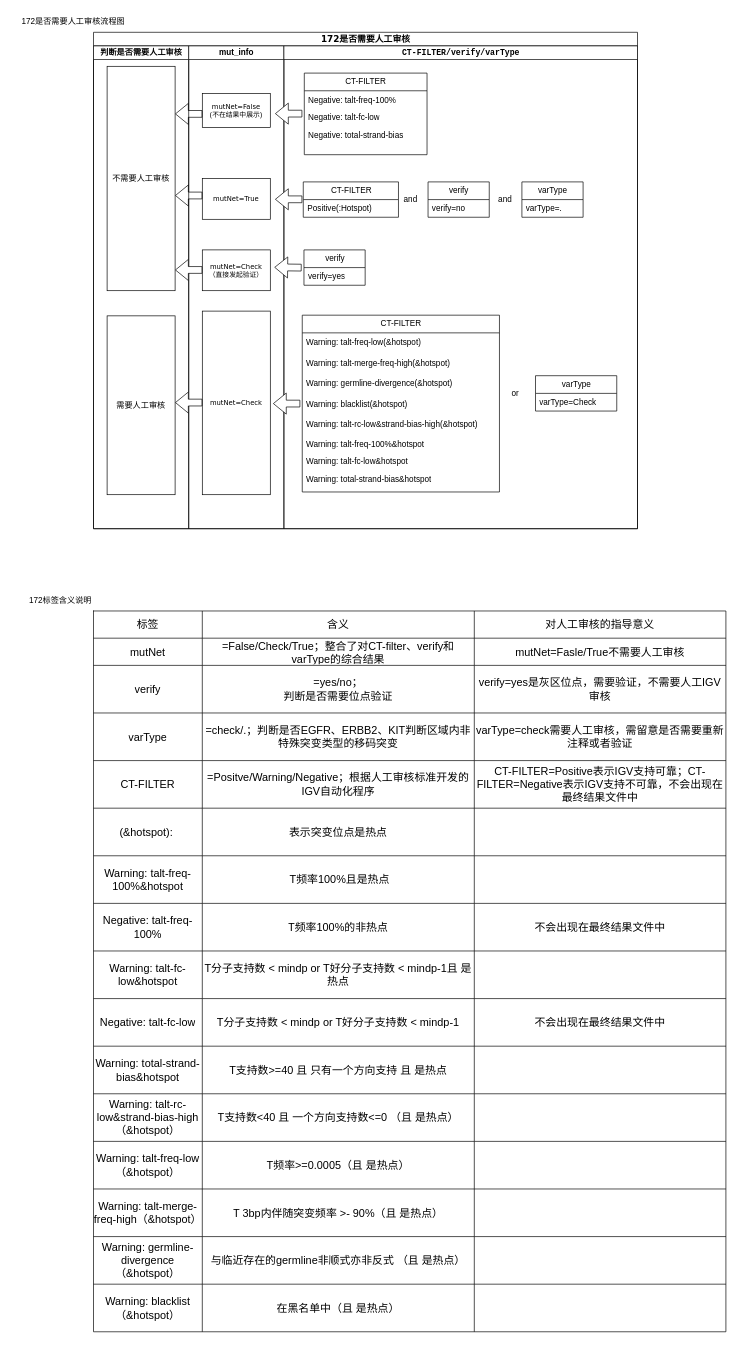
Above: 172-0307 的副本.drawio in dingtian-genetronhealth/diagrams-genetron (draw.io), before the change. Source tidied: cells renumbered, new cells numbered last; positions are measured from the earlier drawing's top-left corner, leaving out a move shared by most shapes. Both pictures are drawn from the tidied source at 68%, with x=0, y=0 at pixel (12, 12).
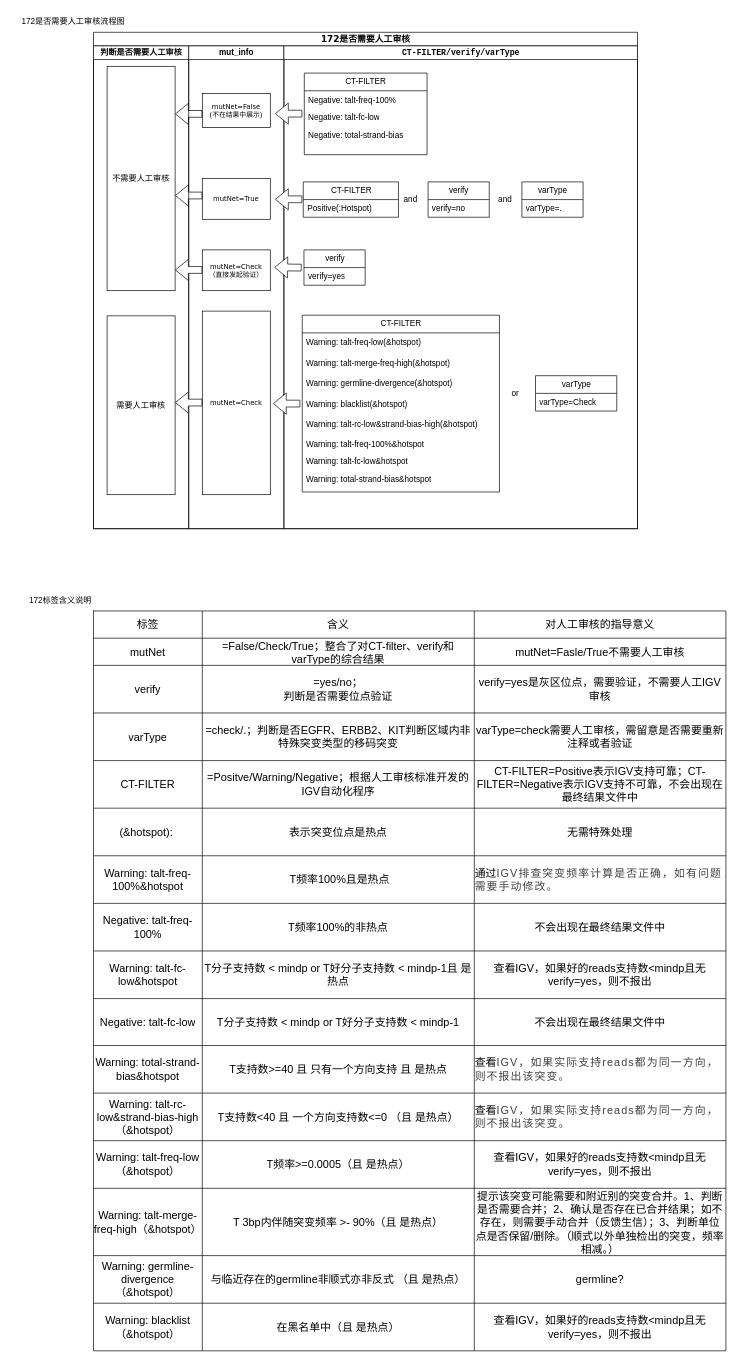
The same page after the edit.

Commit message (it also covers changes not shown here):
更新172-0307 的副本.drawio

Unchanged cells that the change refers to:
```xml
<mxCell id="70" style="shape=tableRow;horizontal=0;startSize=0;swimlaneHead=0;swimlaneBody=0;strokeColor=inherit;top=0;left=0;bottom=0;right=0;fillColor=none;fontSize=16;" parent="49" vertex="1">
  <mxGeometry y="290" width="930" height="70" as="geometry" />
</mxCell>
<mxCell id="74" style="shape=tableRow;horizontal=0;startSize=0;swimlaneHead=0;swimlaneBody=0;strokeColor=inherit;top=0;left=0;bottom=0;right=0;fillColor=none;fontSize=16;" parent="49" vertex="1">
  <mxGeometry y="360" width="930" height="70" as="geometry" />
</mxCell>
<mxCell id="82" style="shape=tableRow;horizontal=0;startSize=0;swimlaneHead=0;swimlaneBody=0;strokeColor=inherit;top=0;left=0;bottom=0;right=0;fillColor=none;fontSize=16;" parent="49" vertex="1">
  <mxGeometry y="500" width="930" height="70" as="geometry" />
</mxCell>
```

Change to the diagram source:
```diff
@@
     <mxCell id="49" style="shape=table;startSize=0;childLayout=tableLayout;fontSize=16;" parent="1" vertex="1">
-      <mxGeometry x="120" y="881" width="930" height="1060" as="geometry" />
+      <mxGeometry x="120" y="881" width="930" height="1088" as="geometry" />
     </mxCell>
@@
-    <mxCell id="73" style="shape=partialRectangle;html=1;whiteSpace=wrap;strokeColor=inherit;overflow=hidden;fillColor=none;top=0;left=0;bottom=0;right=0;fontSize=16;" parent="70" vertex="1">
+    <mxCell id="73" value="无需特殊处理" style="shape=partialRectangle;html=1;whiteSpace=wrap;strokeColor=inherit;overflow=hidden;fillColor=none;top=0;left=0;bottom=0;right=0;fontSize=16;" parent="70" vertex="1">
       <mxGeometry x="560" width="370" height="70" as="geometry" />
     </mxCell>
@@
-    <mxCell id="77" style="shape=partialRectangle;html=1;whiteSpace=wrap;strokeColor=inherit;overflow=hidden;fillColor=none;top=0;left=0;bottom=0;right=0;fontSize=16;" parent="74" vertex="1">
+    <mxCell id="77" value="&lt;p style=&quot;line-height: 120%; margin-top: 0pt; margin-bottom: 0pt; margin-left: 0in; text-indent: 0in; text-align: left; direction: ltr; unicode-bidi: embed; word-break: normal;&quot;&gt;通过&lt;span style=&quot;font-family: 微软雅黑; color: rgb(64, 64, 64); letter-spacing: 1.2pt;&quot;&gt;IGV&lt;/span&gt;&lt;span style=&quot;font-family: 微软雅黑; color: rgb(64, 64, 64); letter-spacing: 1.2pt;&quot;&gt;排查突变频率计算是否正确，如有问题需要手动修改。&lt;/span&gt;&lt;/p&gt;" style="shape=partialRectangle;html=1;whiteSpace=wrap;strokeColor=inherit;overflow=hidden;fillColor=none;top=0;left=0;bottom=0;right=0;fontSize=16;" parent="74" vertex="1">
       <mxGeometry x="560" width="370" height="70" as="geometry" />
     </mxCell>
@@
-    <mxCell id="85" style="shape=partialRectangle;html=1;whiteSpace=wrap;strokeColor=inherit;overflow=hidden;fillColor=none;top=0;left=0;bottom=0;right=0;fontSize=16;" parent="82" vertex="1">
+    <mxCell id="85" value="查看IGV，如果好的reads支持数&amp;lt;mindp且无verify=yes，则不报出" style="shape=partialRectangle;html=1;whiteSpace=wrap;strokeColor=inherit;overflow=hidden;fillColor=none;top=0;left=0;bottom=0;right=0;fontSize=16;" parent="82" vertex="1">
       <mxGeometry x="560" width="370" height="70" as="geometry" />
     </mxCell>
     <mxCell id="86" style="shape=tableRow;horizontal=0;startSize=0;swimlaneHead=0;swimlaneBody=0;strokeColor=inherit;top=0;left=0;bottom=0;right=0;fillColor=none;fontSize=16;" parent="49" vertex="1">
-      <mxGeometry y="570" width="930" height="70" as="geometry" />
+      <mxGeometry y="570" width="930" height="69" as="geometry" />
     </mxCell>
     <mxCell id="87" value="Negative:&amp;nbsp;talt-fc-low" style="shape=partialRectangle;html=1;whiteSpace=wrap;strokeColor=inherit;overflow=hidden;fillColor=none;top=0;left=0;bottom=0;right=0;fontSize=16;" parent="86" vertex="1">
-      <mxGeometry width="160" height="70" as="geometry" />
+      <mxGeometry width="160" height="69" as="geometry" />
     </mxCell>
     <mxCell id="88" value="T分子支持数 &amp;lt; mindp or T好分子支持数 &amp;lt; mindp-1" style="shape=partialRectangle;html=1;whiteSpace=wrap;strokeColor=inherit;overflow=hidden;fillColor=none;top=0;left=0;bottom=0;right=0;fontSize=16;" parent="86" vertex="1">
-      <mxGeometry x="160" width="400" height="70" as="geometry" />
+      <mxGeometry x="160" width="400" height="69" as="geometry" />
     </mxCell>
     <mxCell id="89" value="不会出现在最终结果文件中" style="shape=partialRectangle;html=1;whiteSpace=wrap;strokeColor=inherit;overflow=hidden;fillColor=none;top=0;left=0;bottom=0;right=0;fontSize=16;" parent="86" vertex="1">
-      <mxGeometry x="560" width="370" height="70" as="geometry" />
+      <mxGeometry x="560" width="370" height="69" as="geometry" />
     </mxCell>
     <mxCell id="90" style="shape=tableRow;horizontal=0;startSize=0;swimlaneHead=0;swimlaneBody=0;strokeColor=inherit;top=0;left=0;bottom=0;right=0;fillColor=none;fontSize=16;" parent="49" vertex="1">
-      <mxGeometry y="640" width="930" height="70" as="geometry" />
+      <mxGeometry y="639" width="930" height="70" as="geometry" />
     </mxCell>
@@
-    <mxCell id="93" style="shape=partialRectangle;html=1;whiteSpace=wrap;strokeColor=inherit;overflow=hidden;fillColor=none;top=0;left=0;bottom=0;right=0;fontSize=16;" parent="90" vertex="1">
+    <mxCell id="93" value="&lt;p style=&quot;line-height: 120%; margin-top: 0pt; margin-bottom: 0pt; text-indent: 0in; text-align: left; direction: ltr; word-break: normal;&quot;&gt;查看&lt;span style=&quot;font-family: 微软雅黑; color: rgb(64, 64, 64); letter-spacing: 1.2pt;&quot;&gt;IGV&lt;/span&gt;&lt;span style=&quot;font-family: 微软雅黑; color: rgb(64, 64, 64); letter-spacing: 1.2pt;&quot;&gt;，如果实际支持&lt;/span&gt;&lt;span style=&quot;font-family: 微软雅黑; color: rgb(64, 64, 64); letter-spacing: 1.2pt;&quot;&gt;reads&lt;/span&gt;&lt;span style=&quot;font-family: 微软雅黑; color: rgb(64, 64, 64); letter-spacing: 1.2pt;&quot;&gt;都为同一方向，则不报出该突变。&lt;/span&gt;&lt;/p&gt;" style="shape=partialRectangle;html=1;whiteSpace=wrap;strokeColor=inherit;overflow=hidden;fillColor=none;top=0;left=0;bottom=0;right=0;fontSize=16;" parent="90" vertex="1">
       <mxGeometry x="560" width="370" height="70" as="geometry" />
     </mxCell>
     <mxCell id="94" style="shape=tableRow;horizontal=0;startSize=0;swimlaneHead=0;swimlaneBody=0;strokeColor=inherit;top=0;left=0;bottom=0;right=0;fillColor=none;fontSize=16;" parent="49" vertex="1">
-      <mxGeometry y="710" width="930" height="70" as="geometry" />
+      <mxGeometry y="709" width="930" height="70" as="geometry" />
     </mxCell>
@@
-    <mxCell id="97" style="shape=partialRectangle;html=1;whiteSpace=wrap;strokeColor=inherit;overflow=hidden;fillColor=none;top=0;left=0;bottom=0;right=0;fontSize=16;" parent="94" vertex="1">
+    <mxCell id="97" value="&lt;p style=&quot;line-height: 120%; margin-top: 0pt; margin-bottom: 0pt; text-indent: 0in; text-align: left; direction: ltr; word-break: normal;&quot;&gt;查看&lt;span style=&quot;font-family: 微软雅黑; color: rgb(64, 64, 64); letter-spacing: 1.2pt;&quot;&gt;IGV&lt;/span&gt;&lt;span style=&quot;font-family: 微软雅黑; color: rgb(64, 64, 64); letter-spacing: 1.2pt;&quot;&gt;，如果实际支持&lt;/span&gt;&lt;span style=&quot;font-family: 微软雅黑; color: rgb(64, 64, 64); letter-spacing: 1.2pt;&quot;&gt;reads&lt;/span&gt;&lt;span style=&quot;font-family: 微软雅黑; color: rgb(64, 64, 64); letter-spacing: 1.2pt;&quot;&gt;都为同一方向，则不报出该突变。&lt;/span&gt;&lt;/p&gt;" style="shape=partialRectangle;html=1;whiteSpace=wrap;strokeColor=inherit;overflow=hidden;fillColor=none;top=0;left=0;bottom=0;right=0;fontSize=16;" parent="94" vertex="1">
       <mxGeometry x="560" width="370" height="70" as="geometry" />
     </mxCell>
     <mxCell id="98" style="shape=tableRow;horizontal=0;startSize=0;swimlaneHead=0;swimlaneBody=0;strokeColor=inherit;top=0;left=0;bottom=0;right=0;fillColor=none;fontSize=16;" parent="49" vertex="1">
-      <mxGeometry y="780" width="930" height="70" as="geometry" />
+      <mxGeometry y="779" width="930" height="70" as="geometry" />
     </mxCell>
@@
-    <mxCell id="101" style="shape=partialRectangle;html=1;whiteSpace=wrap;strokeColor=inherit;overflow=hidden;fillColor=none;top=0;left=0;bottom=0;right=0;fontSize=16;" parent="98" vertex="1">
+    <mxCell id="101" value="查看IGV，如果好的reads支持数&amp;lt;mindp且无verify=yes，则不报出" style="shape=partialRectangle;html=1;whiteSpace=wrap;strokeColor=inherit;overflow=hidden;fillColor=none;top=0;left=0;bottom=0;right=0;fontSize=16;" parent="98" vertex="1">
       <mxGeometry x="560" width="370" height="70" as="geometry" />
     </mxCell>
     <mxCell id="102" style="shape=tableRow;horizontal=0;startSize=0;swimlaneHead=0;swimlaneBody=0;strokeColor=inherit;top=0;left=0;bottom=0;right=0;fillColor=none;fontSize=16;" parent="49" vertex="1">
-      <mxGeometry y="850" width="930" height="70" as="geometry" />
+      <mxGeometry y="849" width="930" height="99" as="geometry" />
     </mxCell>
     <mxCell id="103" value="Warning:&amp;nbsp;talt-merge-freq-high（&amp;amp;hotspot）" style="shape=partialRectangle;html=1;whiteSpace=wrap;strokeColor=inherit;overflow=hidden;fillColor=none;top=0;left=0;bottom=0;right=0;fontSize=16;" parent="102" vertex="1">
-      <mxGeometry width="160" height="70" as="geometry" />
+      <mxGeometry width="160" height="99" as="geometry" />
     </mxCell>
     <mxCell id="104" value="T 3bp内伴随突变频率 &amp;gt;- 90%（且 是热点）" style="shape=partialRectangle;html=1;whiteSpace=wrap;strokeColor=inherit;overflow=hidden;fillColor=none;top=0;left=0;bottom=0;right=0;fontSize=16;" parent="102" vertex="1">
-      <mxGeometry x="160" width="400" height="70" as="geometry" />
+      <mxGeometry x="160" width="400" height="99" as="geometry" />
     </mxCell>
-    <mxCell id="105" style="shape=partialRectangle;html=1;whiteSpace=wrap;strokeColor=inherit;overflow=hidden;fillColor=none;top=0;left=0;bottom=0;right=0;fontSize=16;" parent="102" vertex="1">
-      <mxGeometry x="560" width="370" height="70" as="geometry" />
+    <mxCell id="105" value="&lt;font style=&quot;font-size: 16px;&quot;&gt;提示该突变可能需要和附近别的突变合并。1、判断是否需要合并；2、确认是否存在已合并结果；如不存在，则需要手动合并（反馈生信）；3、判断单位点是否保留/删除。（顺式以外单独检出的突变，频率相减。）&lt;/font&gt;" style="shape=partialRectangle;html=1;whiteSpace=wrap;strokeColor=inherit;overflow=hidden;fillColor=none;top=0;left=0;bottom=0;right=0;" parent="102" vertex="1">
+      <mxGeometry x="560" width="370" height="99" as="geometry" />
     </mxCell>
     <mxCell id="106" style="shape=tableRow;horizontal=0;startSize=0;swimlaneHead=0;swimlaneBody=0;strokeColor=inherit;top=0;left=0;bottom=0;right=0;fillColor=none;fontSize=16;" parent="49" vertex="1">
-      <mxGeometry y="920" width="930" height="70" as="geometry" />
+      <mxGeometry y="948" width="930" height="70" as="geometry" />
     </mxCell>
@@
-    <mxCell id="109" style="shape=partialRectangle;html=1;whiteSpace=wrap;strokeColor=inherit;overflow=hidden;fillColor=none;top=0;left=0;bottom=0;right=0;fontSize=16;" parent="106" vertex="1">
+    <mxCell id="109" value="germline?" style="shape=partialRectangle;html=1;whiteSpace=wrap;strokeColor=inherit;overflow=hidden;fillColor=none;top=0;left=0;bottom=0;right=0;fontSize=16;" parent="106" vertex="1">
       <mxGeometry x="560" width="370" height="70" as="geometry" />
     </mxCell>
     <mxCell id="110" style="shape=tableRow;horizontal=0;startSize=0;swimlaneHead=0;swimlaneBody=0;strokeColor=inherit;top=0;left=0;bottom=0;right=0;fillColor=none;fontSize=16;" parent="49" vertex="1">
-      <mxGeometry y="990" width="930" height="70" as="geometry" />
+      <mxGeometry y="1018" width="930" height="70" as="geometry" />
     </mxCell>
@@
-    <mxCell id="113" style="shape=partialRectangle;html=1;whiteSpace=wrap;strokeColor=inherit;overflow=hidden;fillColor=none;top=0;left=0;bottom=0;right=0;fontSize=16;" parent="110" vertex="1">
+    <mxCell id="113" value="查看IGV，如果好的reads支持数&amp;lt;mindp且无verify=yes，则不报出" style="shape=partialRectangle;html=1;whiteSpace=wrap;strokeColor=inherit;overflow=hidden;fillColor=none;top=0;left=0;bottom=0;right=0;fontSize=16;" parent="110" vertex="1">
       <mxGeometry x="560" width="370" height="70" as="geometry" />
     </mxCell>
```
